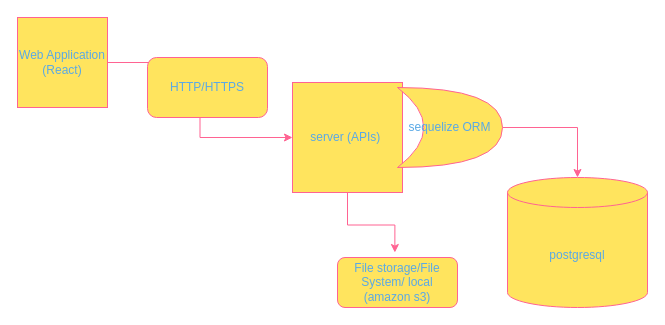
Above: page "LLD" (2 of 2) of CompleteArchitectureDiagram.drawio in ramesh918/CreamyCattle (draw.io), before the change. Source tidied: cells renumbered, new cells numbered last; positions are measured from the earlier drawing's top-left corner, leaving out a move shared by most shapes. Both pictures are drawn from the tidied source at 100%, with x=0, y=0 at pixel (17, 17).
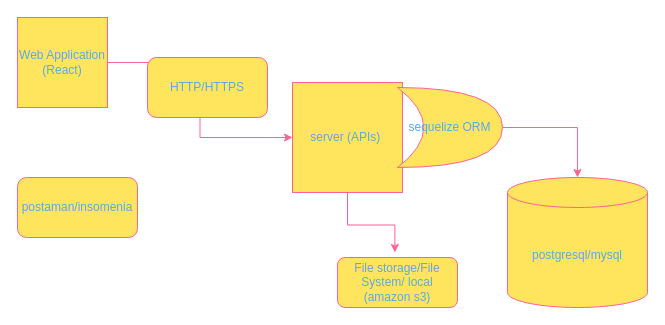
The same diagram, later.

Diff of the diagram source:
```diff
@@
 <mxGraphModel>
   <root>
     <mxCell id="0" />
     <mxCell id="1" parent="0" />
     <mxCell id="2" style="group;" parent="1" vertex="1">
       <mxGeometry width="630" height="290" as="geometry" />
     </mxCell>
     <mxCell id="3" value="Web Application&lt;br&gt;(React)" style="whiteSpace=wrap;html=1;strokeColor=#FF6392;fontColor=#5AA9E6;fillColor=#FFE45E;" parent="2" vertex="1">
       <mxGeometry width="90" height="90" as="geometry" />
     </mxCell>
     <mxCell id="4" value="server (APIs)&amp;nbsp;" style="whiteSpace=wrap;html=1;strokeColor=#FF6392;fontColor=#5AA9E6;fillColor=#FFE45E;" parent="2" vertex="1">
       <mxGeometry x="275" y="65" width="110" height="110" as="geometry" />
     </mxCell>
     <mxCell id="5" style="edgeStyle=orthogonalEdgeStyle;rounded=0;jettySize=auto;html=1;exitX=1;exitY=0.5;exitDx=0;exitDy=0;strokeColor=#FF6392;fontColor=#5AA9E6;fillColor=#FFE45E;entryX=0;entryY=0.5;entryDx=0;entryDy=0;" parent="2" edge="1" source="3" target="4">
       <mxGeometry relative="1" as="geometry" />
     </mxCell>
     <mxCell id="6" value="sequelize ORM" style="shape=xor;whiteSpace=wrap;html=1;strokeColor=#FF6392;fontColor=#5AA9E6;fillColor=#FFE45E;" parent="2" vertex="1">
       <mxGeometry x="380" y="70" width="105" height="80" as="geometry" />
     </mxCell>
     <mxCell id="7" value="HTTP/HTTPS" style="rounded=1;whiteSpace=wrap;html=1;strokeColor=#FF6392;fontColor=#5AA9E6;fillColor=#FFE45E;" parent="2" vertex="1">
       <mxGeometry x="130" y="40" width="120" height="60" as="geometry" />
     </mxCell>
-    <mxCell id="8" value="postgresql" style="shape=cylinder3;whiteSpace=wrap;html=1;boundedLbl=1;backgroundOutline=1;size=15;strokeColor=#FF6392;fontColor=#5AA9E6;fillColor=#FFE45E;" parent="2" vertex="1">
+    <mxCell id="8" value="postgresql/mysql" style="shape=cylinder3;whiteSpace=wrap;html=1;boundedLbl=1;backgroundOutline=1;size=15;strokeColor=#FF6392;fontColor=#5AA9E6;fillColor=#FFE45E;" parent="2" vertex="1">
       <mxGeometry x="490" y="160" width="140" height="130" as="geometry" />
     </mxCell>
     <mxCell id="9" style="edgeStyle=orthogonalEdgeStyle;rounded=0;jettySize=auto;html=1;exitX=1;exitY=0.5;exitDx=0;exitDy=0;exitPerimeter=0;strokeColor=#FF6392;fontColor=#5AA9E6;fillColor=#FFE45E;" parent="2" edge="1" source="6" target="8">
       <mxGeometry relative="1" as="geometry" />
     </mxCell>
     <mxCell id="10" value="File storage/File System/ local (amazon s3)" style="rounded=1;whiteSpace=wrap;html=1;strokeColor=#FF6392;fontColor=#5AA9E6;fillColor=#FFE45E;" parent="2" vertex="1">
       <mxGeometry x="320" y="240" width="120" height="50" as="geometry" />
     </mxCell>
     <mxCell id="11" style="edgeStyle=orthogonalEdgeStyle;rounded=0;jettySize=auto;html=1;exitX=0.5;exitY=1;exitDx=0;exitDy=0;entryX=0.478;entryY=-0.1;entryDx=0;entryDy=0;entryPerimeter=0;strokeColor=#FF6392;fontColor=#5AA9E6;fillColor=#FFE45E;" parent="2" edge="1" source="4" target="10">
       <mxGeometry relative="1" as="geometry" />
     </mxCell>
+    <mxCell id="12" value="postaman/insomenia" style="rounded=1;whiteSpace=wrap;html=1;strokeColor=#FF6392;fontColor=#5AA9E6;fillColor=#FFE45E;" parent="2" vertex="1">
+      <mxGeometry y="160" width="120" height="60" as="geometry" />
+    </mxCell>
   </root>
 </mxGraphModel>
```
